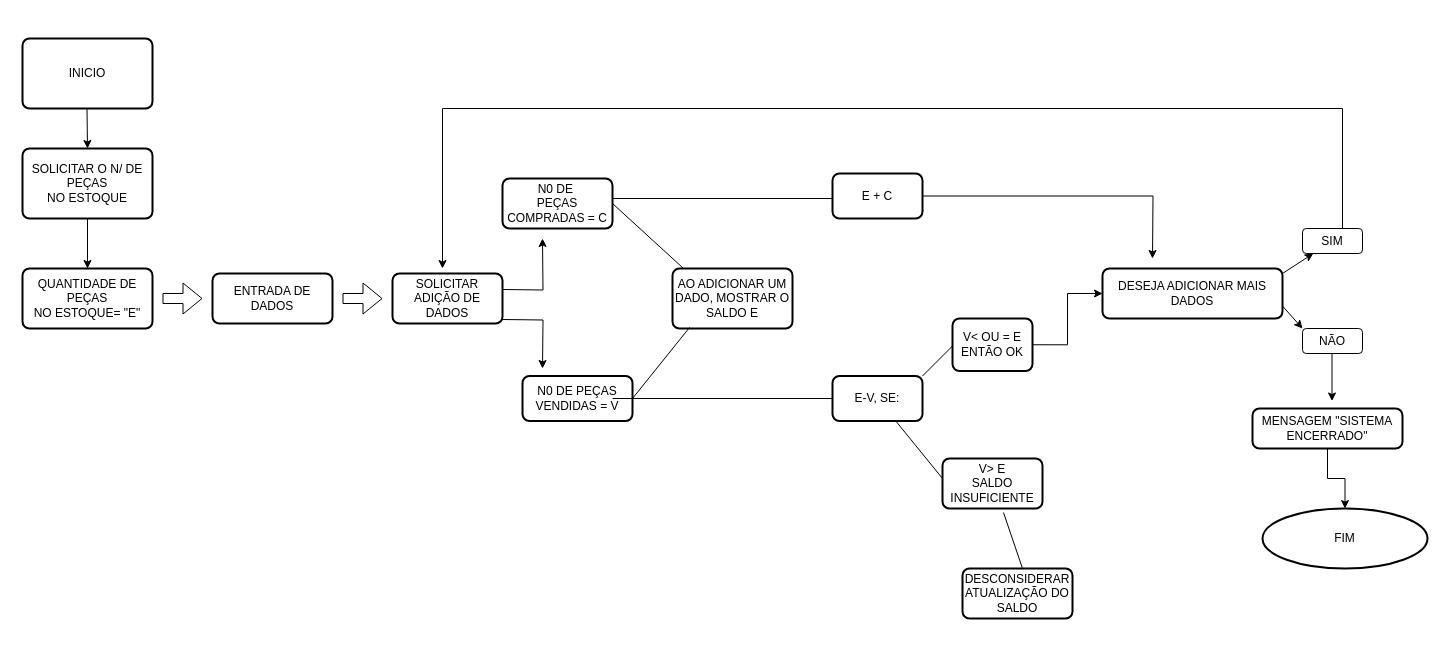
Ins1d3r8/Primeiro-Algor-tmo keeps this draw.io diagram as page "Página-2" (2 of 2) of Diagrama sem nome.drawio. Above is the earlier version. Source tidied: cells renumbered, new cells numbered last; positions are measured from the earlier drawing's top-left corner, leaving out a move shared by most shapes. Both pictures are drawn from the tidied source at 100%, with x=0, y=0 at pixel (22, 38).
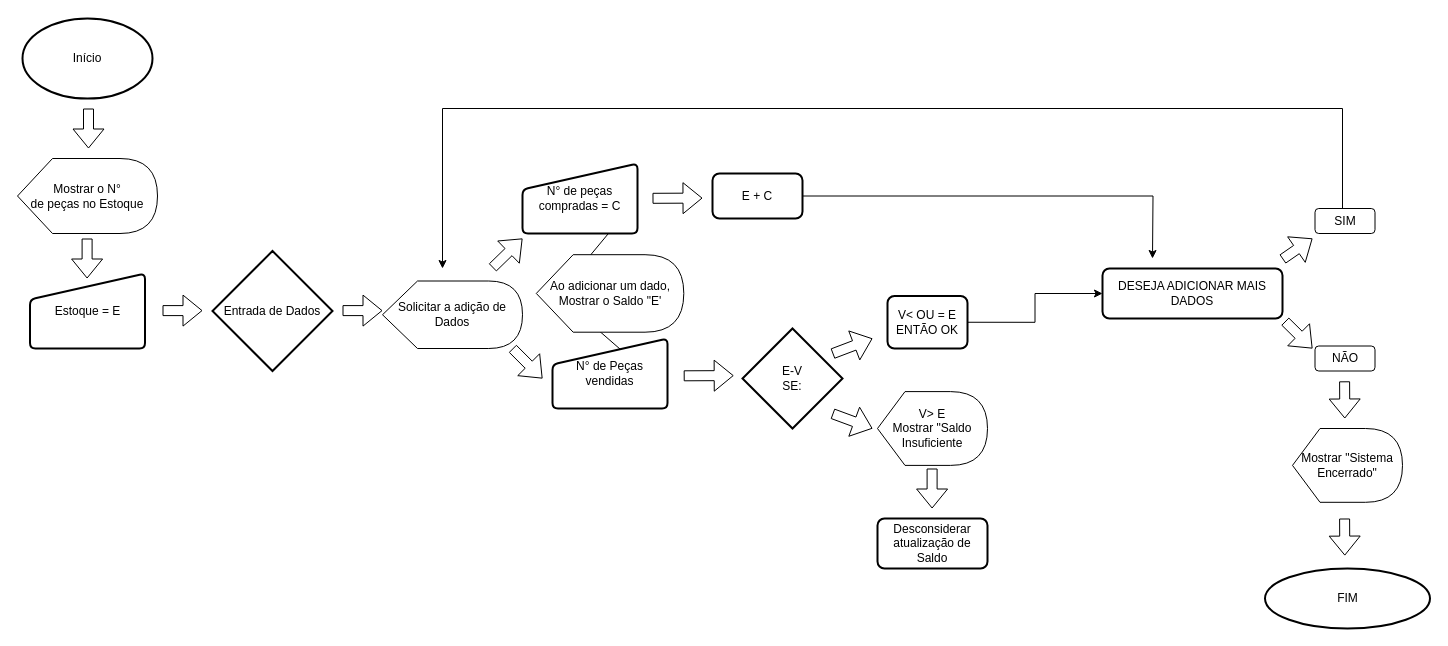
The same page after the edit.

The change refers to these unchanged cells:
```xml
<mxCell id="30" value="DESEJA ADICIONAR MAIS DADOS" style="rounded=1;whiteSpace=wrap;html=1;absoluteArcSize=1;arcSize=14;strokeWidth=2;" parent="1" vertex="1">
  <mxGeometry x="1080" y="230" width="180" height="50" as="geometry" />
</mxCell>
```

What changed in the source:
```diff
@@
-    <mxCell id="2" value="INICIO" style="rounded=1;whiteSpace=wrap;html=1;absoluteArcSize=1;arcSize=14;strokeWidth=2;" parent="1" vertex="1">
-      <mxGeometry width="130" height="70" as="geometry" />
-    </mxCell>
-    <mxCell id="3" value="&lt;div&gt;SOLICITAR O N/ DE PEÇAS&lt;/div&gt;&lt;div&gt;NO ESTOQUE&lt;br&gt;&lt;/div&gt;" style="rounded=1;whiteSpace=wrap;html=1;absoluteArcSize=1;arcSize=14;strokeWidth=2;" parent="1" vertex="1">
-      <mxGeometry y="110" width="130" height="70" as="geometry" />
-    </mxCell>
-    <mxCell id="4" style="edgeStyle=orthogonalEdgeStyle;rounded=0;orthogonalLoop=1;jettySize=auto;html=1;" parent="1" edge="1">
-      <mxGeometry relative="1" as="geometry">
-        <mxPoint x="480" y="251" as="sourcePoint" />
-        <mxPoint x="520" y="200" as="targetPoint" />
-      </mxGeometry>
-    </mxCell>
-    <mxCell id="5" value="&lt;div&gt;QUANTIDADE DE PEÇAS&lt;/div&gt;&lt;div&gt;NO ESTOQUE= &quot;E&quot;&lt;br&gt;&lt;/div&gt;" style="rounded=1;whiteSpace=wrap;html=1;absoluteArcSize=1;arcSize=14;strokeWidth=2;" parent="1" vertex="1">
-      <mxGeometry y="230" width="130" height="60" as="geometry" />
-    </mxCell>
-    <mxCell id="6" style="endArrow=classic;html=1;rounded=0;exitX=0.382;exitY=1.04;exitDx=0;exitDy=0;exitPerimeter=0;" parent="1" edge="1">
-      <mxGeometry relative="1" as="geometry">
-        <mxPoint x="64.5" y="70" as="sourcePoint" />
-        <mxPoint x="65" y="110" as="targetPoint" />
-      </mxGeometry>
-    </mxCell>
-    <mxCell id="7" style="endArrow=classic;html=1;rounded=0;entryX=0.5;entryY=0;entryDx=0;entryDy=0;" parent="1" edge="1" source="3" target="5">
-      <mxGeometry relative="1" as="geometry" />
-    </mxCell>
-    <mxCell id="8" value="SOLICITAR ADIÇÃO DE DADOS" style="rounded=1;whiteSpace=wrap;html=1;absoluteArcSize=1;arcSize=14;strokeWidth=2;" parent="1" vertex="1">
-      <mxGeometry x="370" y="235" width="110" height="50" as="geometry" />
-    </mxCell>
-    <mxCell id="9" value="N0 DE PEÇAS VENDIDAS = V" style="rounded=1;whiteSpace=wrap;html=1;absoluteArcSize=1;arcSize=14;strokeWidth=2;" parent="1" vertex="1">
-      <mxGeometry x="500" y="337.5" width="110" height="45" as="geometry" />
-    </mxCell>
-    <mxCell id="10" value="ENTRADA DE DADOS" style="rounded=1;whiteSpace=wrap;html=1;absoluteArcSize=1;arcSize=14;strokeWidth=2;" parent="1" vertex="1">
-      <mxGeometry x="190" y="235" width="120" height="50" as="geometry" />
-    </mxCell>
     <mxCell id="11" style="shape=flexArrow;endArrow=classic;html=1;rounded=0;" parent="1" edge="1">
       <mxGeometry relative="1" as="geometry">
-        <mxPoint x="140" y="260" as="sourcePoint" />
-        <mxPoint x="180" y="260" as="targetPoint" />
+        <mxPoint x="140" y="272.1" as="sourcePoint" />
+        <mxPoint x="180" y="272.1" as="targetPoint" />
       </mxGeometry>
     </mxCell>
-    <mxCell id="12" value="&lt;div&gt;N0 DE&amp;nbsp;&lt;/div&gt;&lt;div&gt;PEÇAS&lt;/div&gt;&lt;div&gt;COMPRADAS = C&lt;/div&gt;" style="rounded=1;whiteSpace=wrap;html=1;absoluteArcSize=1;arcSize=14;strokeWidth=2;" parent="1" vertex="1">
-      <mxGeometry x="480" y="140" width="110" height="50" as="geometry" />
-    </mxCell>
     <mxCell id="13" style="shape=flexArrow;endArrow=classic;html=1;rounded=0;" parent="1" edge="1">
       <mxGeometry relative="1" as="geometry">
-        <mxPoint x="320" y="260" as="sourcePoint" />
-        <mxPoint x="360" y="260" as="targetPoint" />
+        <mxPoint x="320" y="272.1" as="sourcePoint" />
+        <mxPoint x="360" y="272.1" as="targetPoint" />
       </mxGeometry>
     </mxCell>
@@
     <mxCell id="15" value="E + C" style="rounded=1;whiteSpace=wrap;html=1;absoluteArcSize=1;arcSize=14;strokeWidth=2;" parent="1" vertex="1">
-      <mxGeometry x="810" y="135" width="90" height="45" as="geometry" />
+      <mxGeometry x="690" y="135" width="90" height="45" as="geometry" />
     </mxCell>
-    <mxCell id="16" style="endArrow=none;html=1;rounded=0;exitX=1;exitY=0.5;exitDx=0;exitDy=0;entryX=0.092;entryY=0;entryDx=0;entryDy=0;entryPerimeter=0;" parent="1" edge="1" source="12" target="26">
-      <mxGeometry relative="1" as="geometry" />
+    <mxCell id="16" style="endArrow=none;html=1;rounded=0;exitX=1;exitY=0.5;exitDx=0;exitDy=0;entryX=0.092;entryY=0;entryDx=0;entryDy=0;entryPerimeter=0;" parent="1" edge="1" source="51">
+      <mxGeometry relative="1" as="geometry">
+        <mxPoint x="561" y="225" as="targetPoint" />
+      </mxGeometry>
     </mxCell>
@@
     <mxCell id="18" value="&lt;div&gt;V&amp;lt; OU = E &lt;br&gt;&lt;/div&gt;&lt;div&gt;ENTÃO OK&lt;br&gt;&lt;/div&gt;" style="rounded=1;whiteSpace=wrap;html=1;absoluteArcSize=1;arcSize=14;strokeWidth=2;" parent="1" vertex="1">
-      <mxGeometry x="930" y="280" width="80" height="52.5" as="geometry" />
+      <mxGeometry x="865" y="257.5" width="80" height="52.5" as="geometry" />
     </mxCell>
-    <mxCell id="19" value="E-V, SE:" style="rounded=1;whiteSpace=wrap;html=1;absoluteArcSize=1;arcSize=14;strokeWidth=2;" parent="1" vertex="1">
-      <mxGeometry x="810" y="337.5" width="90" height="45" as="geometry" />
-    </mxCell>
-    <mxCell id="20" style="endArrow=none;html=1;rounded=0;exitX=1;exitY=0.5;exitDx=0;exitDy=0;" parent="1" edge="1">
-      <mxGeometry relative="1" as="geometry">
-        <mxPoint x="590" y="360" as="sourcePoint" />
-        <mxPoint x="810" y="360" as="targetPoint" />
-      </mxGeometry>
-    </mxCell>
-    <mxCell id="21" value="&lt;div&gt;V&amp;gt; E &lt;br&gt;&lt;/div&gt;&lt;div&gt;SALDO INSUFICIENTE&lt;br&gt;&lt;/div&gt;" style="rounded=1;whiteSpace=wrap;html=1;absoluteArcSize=1;arcSize=14;strokeWidth=2;" parent="1" vertex="1">
-      <mxGeometry x="920" y="420" width="100" height="50" as="geometry" />
-    </mxCell>
-    <mxCell id="22" style="endArrow=none;html=1;rounded=0;" parent="1" edge="1">
-      <mxGeometry relative="1" as="geometry">
-        <mxPoint x="900" y="337.5" as="sourcePoint" />
-        <mxPoint x="930" y="307.5" as="targetPoint" />
-      </mxGeometry>
-    </mxCell>
-    <mxCell id="23" style="endArrow=none;html=1;rounded=0;" parent="1" edge="1" source="19">
-      <mxGeometry relative="1" as="geometry">
-        <mxPoint x="920" y="440" as="targetPoint" />
-      </mxGeometry>
-    </mxCell>
-    <mxCell id="24" value="DESCONSIDERAR ATUALIZAÇÃO DO SALDO" style="rounded=1;whiteSpace=wrap;html=1;absoluteArcSize=1;arcSize=14;strokeWidth=2;" parent="1" vertex="1">
-      <mxGeometry x="940" y="530" width="110" height="50" as="geometry" />
+    <mxCell id="24" value="Desconsiderar atualização de Saldo" style="rounded=1;whiteSpace=wrap;html=1;absoluteArcSize=1;arcSize=14;strokeWidth=2;" parent="1" vertex="1">
+      <mxGeometry x="855" y="480" width="110" height="50" as="geometry" />
     </mxCell>
-    <mxCell id="25" style="endArrow=none;html=1;rounded=0;entryX=0.61;entryY=1.08;entryDx=0;entryDy=0;entryPerimeter=0;" parent="1" edge="1" target="21">
-      <mxGeometry relative="1" as="geometry">
-        <mxPoint x="1000" y="530" as="sourcePoint" />
-      </mxGeometry>
-    </mxCell>
-    <mxCell id="26" value="AO ADICIONAR UM DADO, MOSTRAR O SALDO E" style="rounded=1;whiteSpace=wrap;html=1;absoluteArcSize=1;arcSize=14;strokeWidth=2;" parent="1" vertex="1">
-      <mxGeometry x="650" y="230" width="120" height="60" as="geometry" />
-    </mxCell>
-    <mxCell id="27" style="endArrow=none;html=1;rounded=0;" parent="1" edge="1">
-      <mxGeometry relative="1" as="geometry">
-        <mxPoint x="590" y="160" as="sourcePoint" />
-        <mxPoint x="810" y="160" as="targetPoint" />
-      </mxGeometry>
-    </mxCell>
-    <mxCell id="28" style="endArrow=none;html=1;rounded=0;entryX=1;entryY=0.5;entryDx=0;entryDy=0;exitX=0.142;exitY=0.983;exitDx=0;exitDy=0;exitPerimeter=0;" parent="1" edge="1" source="26" target="9">
-      <mxGeometry relative="1" as="geometry" />
+    <mxCell id="28" style="endArrow=none;html=1;rounded=0;entryX=1;entryY=0.5;entryDx=0;entryDy=0;exitX=0.142;exitY=0.983;exitDx=0;exitDy=0;exitPerimeter=0;" parent="1" edge="1">
+      <mxGeometry relative="1" as="geometry">
+        <mxPoint x="567" y="284" as="sourcePoint" />
+        <mxPoint x="640" y="347.5" as="targetPoint" />
+      </mxGeometry>
     </mxCell>
-    <mxCell id="29" style="edgeStyle=orthogonalEdgeStyle;rounded=0;orthogonalLoop=1;jettySize=auto;html=1;" parent="1" edge="1">
-      <mxGeometry relative="1" as="geometry">
-        <mxPoint x="480" y="281" as="sourcePoint" />
-        <mxPoint x="520" y="330" as="targetPoint" />
-      </mxGeometry>
-    </mxCell>
@@
-    <mxCell id="31" style="endArrow=classic;html=1;rounded=0;" parent="1" edge="1" target="32">
-      <mxGeometry relative="1" as="geometry">
-        <mxPoint x="1260" y="235" as="sourcePoint" />
-      </mxGeometry>
-    </mxCell>
     <mxCell id="32" value="SIM" style="rounded=1;whiteSpace=wrap;html=1;" parent="1" vertex="1">
-      <mxGeometry x="1280" y="190" width="60" height="25" as="geometry" />
+      <mxGeometry x="1292.5" y="170" width="60" height="25" as="geometry" />
     </mxCell>
-    <mxCell id="33" value="NÃO" style="rounded=1;whiteSpace=wrap;html=1;" parent="1" vertex="1">
-      <mxGeometry x="1280" y="290" width="60" height="25" as="geometry" />
-    </mxCell>
-    <mxCell id="34" style="endArrow=classic;html=1;rounded=0;exitX=1;exitY=0.75;exitDx=0;exitDy=0;entryX=0;entryY=0;entryDx=0;entryDy=0;" parent="1" edge="1" source="30" target="33">
-      <mxGeometry relative="1" as="geometry" />
-    </mxCell>
-    <mxCell id="35" style="endArrow=classic;html=1;rounded=0;" parent="1" edge="1">
-      <mxGeometry relative="1" as="geometry">
-        <mxPoint x="1309.5" y="315" as="sourcePoint" />
-        <mxPoint x="1309.5" y="362.5" as="targetPoint" />
-      </mxGeometry>
-    </mxCell>
-    <mxCell id="36" style="edgeStyle=orthogonalEdgeStyle;rounded=0;jettySize=auto;html=1;" parent="1" edge="1" source="37" target="38">
-      <mxGeometry relative="1" as="geometry" />
-    </mxCell>
-    <mxCell id="37" value="MENSAGEM &quot;SISTEMA ENCERRADO&quot;" style="rounded=1;whiteSpace=wrap;html=1;absoluteArcSize=1;arcSize=14;strokeWidth=2;" parent="1" vertex="1">
-      <mxGeometry x="1230" y="370" width="150" height="40" as="geometry" />
-    </mxCell>
     <mxCell id="38" value="FIM" style="ellipse;whiteSpace=wrap;html=1;rounded=1;arcSize=14;strokeWidth=2;" parent="1" vertex="1">
-      <mxGeometry x="1240" y="470" width="165" height="60" as="geometry" />
+      <mxGeometry x="1242.5" y="530" width="165" height="60" as="geometry" />
     </mxCell>
     <mxCell id="39" style="shape=partialRectangle;whiteSpace=wrap;html=1;top=0;left=0;fillColor=none;rotation=-90;" parent="1" vertex="1">
-      <mxGeometry x="1230" y="100" width="120" height="60" as="geometry" />
+      <mxGeometry x="1240" y="90" width="100" height="60" as="geometry" />
     </mxCell>
@@
+    <mxCell id="42" value="Início" style="strokeWidth=2;html=1;shape=mxgraph.flowchart.start_2;whiteSpace=wrap;" parent="1" vertex="1">
+      <mxGeometry y="-20" width="130" height="80" as="geometry" />
+    </mxCell>
+    <mxCell id="43" style="shape=flexArrow;endArrow=classic;html=1;rounded=0;" parent="1" edge="1">
+      <mxGeometry relative="1" as="geometry">
+        <mxPoint x="66" y="70" as="sourcePoint" />
+        <mxPoint x="66" y="110" as="targetPoint" />
+      </mxGeometry>
+    </mxCell>
+    <mxCell id="44" value="Mostrar o N° &lt;br&gt;de peças no Estoque" style="shape=display;whiteSpace=wrap;html=1;" parent="1" vertex="1">
+      <mxGeometry x="-5" y="120" width="140" height="75" as="geometry" />
+    </mxCell>
+    <mxCell id="45" value="Estoque = E" style="html=1;strokeWidth=2;shape=manualInput;whiteSpace=wrap;rounded=1;size=26;arcSize=11;" parent="1" vertex="1">
+      <mxGeometry x="7.5" y="235" width="115" height="75" as="geometry" />
+    </mxCell>
+    <mxCell id="46" style="shape=flexArrow;endArrow=classic;html=1;rounded=0;" parent="1" edge="1">
+      <mxGeometry relative="1" as="geometry">
+        <mxPoint x="64.6" y="200" as="sourcePoint" />
+        <mxPoint x="64.6" y="240" as="targetPoint" />
+      </mxGeometry>
+    </mxCell>
+    <mxCell id="47" value="Entrada de Dados" style="strokeWidth=2;html=1;shape=mxgraph.flowchart.decision;whiteSpace=wrap;" parent="1" vertex="1">
+      <mxGeometry x="190" y="212.5" width="120" height="120" as="geometry" />
+    </mxCell>
+    <mxCell id="48" value="Solicitar a adição de Dados" style="shape=display;whiteSpace=wrap;html=1;" parent="1" vertex="1">
+      <mxGeometry x="360" y="242.5" width="140" height="67.5" as="geometry" />
+    </mxCell>
+    <mxCell id="49" style="shape=flexArrow;endArrow=classic;html=1;rounded=0;" parent="1" edge="1">
+      <mxGeometry relative="1" as="geometry">
+        <mxPoint x="470" y="229.2" as="sourcePoint" />
+        <mxPoint x="500" y="200" as="targetPoint" />
+      </mxGeometry>
+    </mxCell>
+    <mxCell id="50" style="shape=flexArrow;endArrow=classic;html=1;rounded=0;" parent="1" edge="1">
+      <mxGeometry relative="1" as="geometry">
+        <mxPoint x="490" y="310" as="sourcePoint" />
+        <mxPoint x="520" y="340" as="targetPoint" />
+      </mxGeometry>
+    </mxCell>
+    <mxCell id="51" value="N° de peças compradas = C" style="html=1;strokeWidth=2;shape=manualInput;whiteSpace=wrap;rounded=1;size=26;arcSize=11;" parent="1" vertex="1">
+      <mxGeometry x="500" y="125" width="115" height="70" as="geometry" />
+    </mxCell>
+    <mxCell id="52" value="N° de Peças vendidas" style="html=1;strokeWidth=2;shape=manualInput;whiteSpace=wrap;rounded=1;size=26;arcSize=11;" parent="1" vertex="1">
+      <mxGeometry x="530" y="300" width="115" height="70" as="geometry" />
+    </mxCell>
+    <mxCell id="53" style="shape=flexArrow;endArrow=classic;html=1;rounded=0;" parent="1" edge="1">
+      <mxGeometry relative="1" as="geometry">
+        <mxPoint x="630" y="159.8" as="sourcePoint" />
+        <mxPoint x="680" y="159.6" as="targetPoint" />
+      </mxGeometry>
+    </mxCell>
+    <mxCell id="54" style="shape=flexArrow;endArrow=classic;html=1;rounded=0;" parent="1" edge="1">
+      <mxGeometry relative="1" as="geometry">
+        <mxPoint x="661.2" y="337.3" as="sourcePoint" />
+        <mxPoint x="711.2" y="337.1" as="targetPoint" />
+      </mxGeometry>
+    </mxCell>
+    <mxCell id="55" value="Ao adicionar um dado, Mostrar o Saldo &quot;E'" style="shape=display;whiteSpace=wrap;html=1;" parent="1" vertex="1">
+      <mxGeometry x="513.8" y="216.2" width="147.5" height="77.5" as="geometry" />
+    </mxCell>
+    <mxCell id="56" value="E-V&lt;br&gt;SE:" style="strokeWidth=2;html=1;shape=mxgraph.flowchart.decision;whiteSpace=wrap;" parent="1" vertex="1">
+      <mxGeometry x="720" y="290" width="100" height="100" as="geometry" />
+    </mxCell>
+    <mxCell id="57" style="shape=flexArrow;endArrow=classic;html=1;rounded=0;" parent="1" edge="1">
+      <mxGeometry relative="1" as="geometry">
+        <mxPoint x="810" y="315.2" as="sourcePoint" />
+        <mxPoint x="850" y="300" as="targetPoint" />
+      </mxGeometry>
+    </mxCell>
+    <mxCell id="58" style="shape=flexArrow;endArrow=classic;html=1;rounded=0;" parent="1" edge="1">
+      <mxGeometry relative="1" as="geometry">
+        <mxPoint x="810" y="375.2" as="sourcePoint" />
+        <mxPoint x="850" y="390" as="targetPoint" />
+      </mxGeometry>
+    </mxCell>
+    <mxCell id="59" style="shape=flexArrow;endArrow=classic;html=1;rounded=0;" parent="1" edge="1">
+      <mxGeometry relative="1" as="geometry">
+        <mxPoint x="909.6" y="430" as="sourcePoint" />
+        <mxPoint x="909.6" y="470" as="targetPoint" />
+      </mxGeometry>
+    </mxCell>
+    <mxCell id="60" value="V&amp;gt; E&lt;br&gt;Mostrar &quot;Saldo Insuficiente" style="shape=display;whiteSpace=wrap;html=1;" parent="1" vertex="1">
+      <mxGeometry x="855" y="353.1" width="110" height="73.8" as="geometry" />
+    </mxCell>
+    <mxCell id="61" style="shape=flexArrow;endArrow=classic;html=1;rounded=0;" parent="1" edge="1">
+      <mxGeometry relative="1" as="geometry">
+        <mxPoint x="1260" y="220.7" as="sourcePoint" />
+        <mxPoint x="1290" y="200" as="targetPoint" />
+      </mxGeometry>
+    </mxCell>
+    <mxCell id="62" style="shape=flexArrow;endArrow=classic;html=1;rounded=0;" parent="1" edge="1">
+      <mxGeometry relative="1" as="geometry">
+        <mxPoint x="1262.5" y="282.8" as="sourcePoint" />
+        <mxPoint x="1290" y="310" as="targetPoint" />
+      </mxGeometry>
+    </mxCell>
+    <mxCell id="63" style="endArrow=classic;html=1;rounded=0;" parent="1" edge="1" target="33">
+      <mxGeometry relative="1" as="geometry">
+        <mxPoint x="1309.5" y="315" as="sourcePoint" />
+      </mxGeometry>
+    </mxCell>
+    <mxCell id="33" value="NÃO" style="rounded=1;whiteSpace=wrap;html=1;" parent="1" vertex="1">
+      <mxGeometry x="1292.5" y="307.5" width="60" height="25" as="geometry" />
+    </mxCell>
+    <mxCell id="64" style="shape=flexArrow;endArrow=classic;html=1;rounded=0;" parent="1" edge="1">
+      <mxGeometry relative="1" as="geometry">
+        <mxPoint x="1322.1" y="342.8" as="sourcePoint" />
+        <mxPoint x="1322.3" y="380" as="targetPoint" />
+      </mxGeometry>
+    </mxCell>
+    <mxCell id="65" style="edgeStyle=orthogonalEdgeStyle;rounded=0;jettySize=auto;html=1;" parent="1" edge="1" target="66">
+      <mxGeometry relative="1" as="geometry">
+        <mxPoint x="1330" y="426.9" as="sourcePoint" />
+      </mxGeometry>
+    </mxCell>
+    <mxCell id="66" value="Mostrar &quot;Sistema Encerrado&quot;" style="shape=display;whiteSpace=wrap;html=1;" parent="1" vertex="1">
+      <mxGeometry x="1270" y="390" width="110" height="73.8" as="geometry" />
+    </mxCell>
+    <mxCell id="67" style="shape=flexArrow;endArrow=classic;html=1;rounded=0;" parent="1" edge="1">
+      <mxGeometry relative="1" as="geometry">
+        <mxPoint x="1322.1" y="480" as="sourcePoint" />
+        <mxPoint x="1322.3" y="517.1" as="targetPoint" />
+      </mxGeometry>
+    </mxCell>
```
